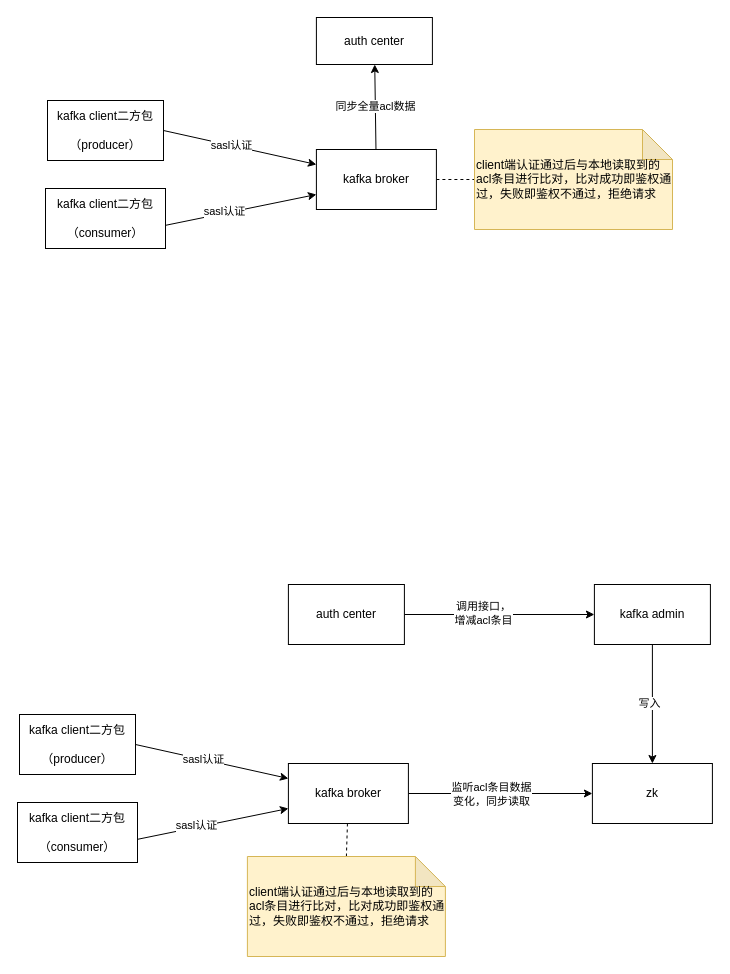
The draw.io diagram kafka接入鉴权中心.drawio in gitcodeporter/draw-uml, before the edit. Source tidied: cells renumbered, new cells numbered last; positions are measured from the earlier drawing's top-left corner, leaving out a move shared by most shapes. Both pictures are drawn from the tidied source at 100%, with x=0, y=0 at pixel (17, 17).
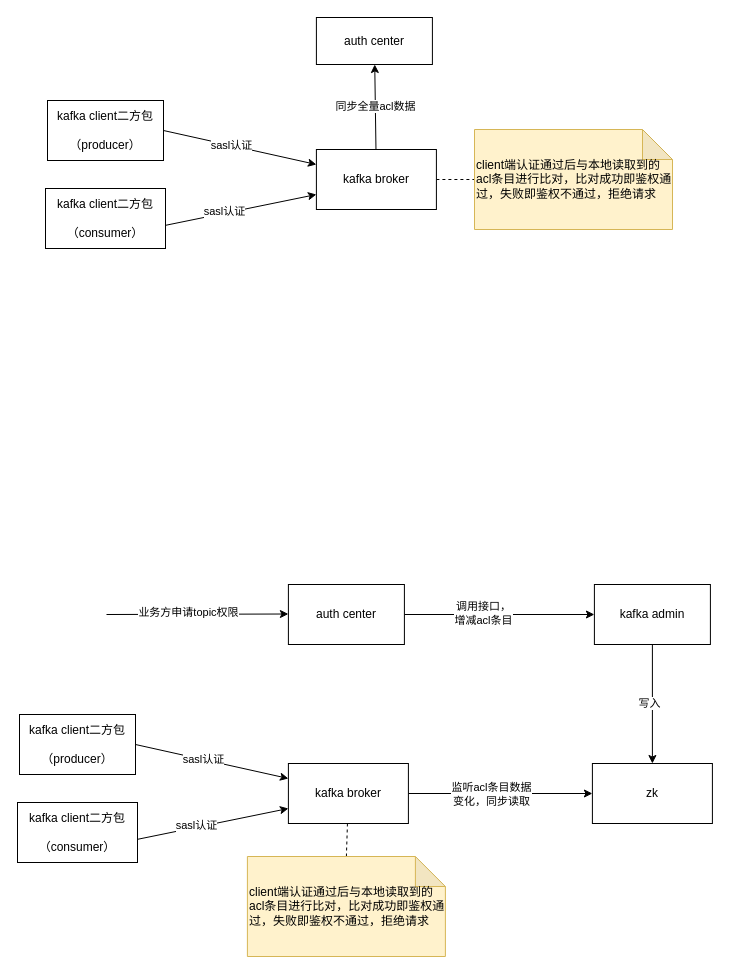
The same diagram, later.

Commit message:
更新kafka接入鉴权中心.drawio

Change to the diagram source:
```diff
@@
+    <mxCell id="31" style="endArrow=classic;html=1;rounded=0;" parent="1" edge="1">
+      <mxGeometry relative="1" as="geometry">
+        <mxPoint x="89" y="597" as="sourcePoint" />
+        <mxPoint x="270.9" y="596.5" as="targetPoint" />
+      </mxGeometry>
+    </mxCell>
+    <mxCell id="32" value="业务方申请topic权限" style="edgeLabel;html=1;align=center;verticalAlign=middle;" parent="31" vertex="1">
+      <mxGeometry x="-0.3" y="1" relative="1" as="geometry">
+        <mxPoint x="18" y="-1" as="offset" />
+      </mxGeometry>
+    </mxCell>
```
